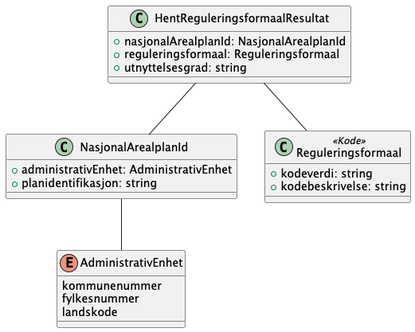
Before: Dokumentasjon/V2/ClassDiagrams/no.ks.fiks.plan.v2.innsyn.reguleringsformaal.hent.resultat/reguleringsformaal-hent-resultat.png, a diagram exported from PlantUML (ks-no/fiks-plan-specification). The source it was exported from:
```plantuml
@startuml
!include ./../no.ks.fiks.plan.v2.felles.nasjonalarealplanid/nasjonalarealplanid.pu

class HentReguleringsformaalResultat {
    +nasjonalArealplanId: NasjonalArealplanId
    +reguleringsformaal: Reguleringsformaal
    +utnyttelsesgrad: string
}

HentReguleringsformaalResultat -- NasjonalArealplanId
HentReguleringsformaalResultat -- Reguleringsformaal

class Reguleringsformaal <<Kode>> {
    +kodeverdi: string
    +kodebeskrivelse: string
}

@enduml
```
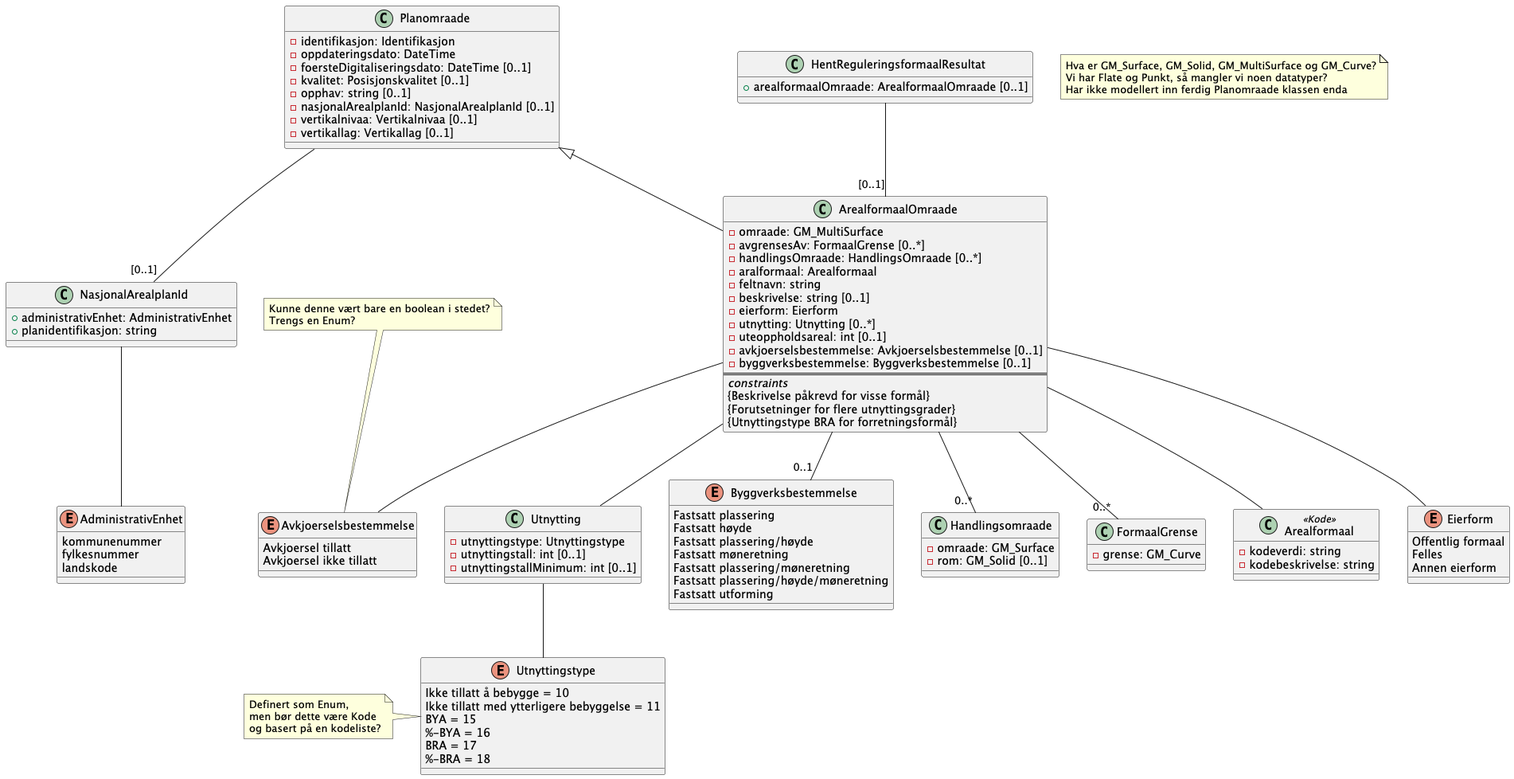
After the commit.

Change to the diagram source:
```diff
@@ -1,18 +1,11 @@
 @startuml
-!include ./../no.ks.fiks.plan.v2.felles.nasjonalarealplanid/nasjonalarealplanid.pu
+!include ./../no.ks.fiks.plan.v2.felles.arealformaalomraade/arealformaalomraade.pu
 
 class HentReguleringsformaalResultat {
-    +nasjonalArealplanId: NasjonalArealplanId
-    +reguleringsformaal: Reguleringsformaal
-    +utnyttelsesgrad: string
+    +arealformaalOmraade: ArealformaalOmraade [0..1]
 }
 
-HentReguleringsformaalResultat -- NasjonalArealplanId
-HentReguleringsformaalResultat -- Reguleringsformaal
+HentReguleringsformaalResultat -- "[0..1]" ArealformaalOmraade
 
-class Reguleringsformaal <<Kode>> {
-    +kodeverdi: string
-    +kodebeskrivelse: string
-}
 
 @enduml
```
